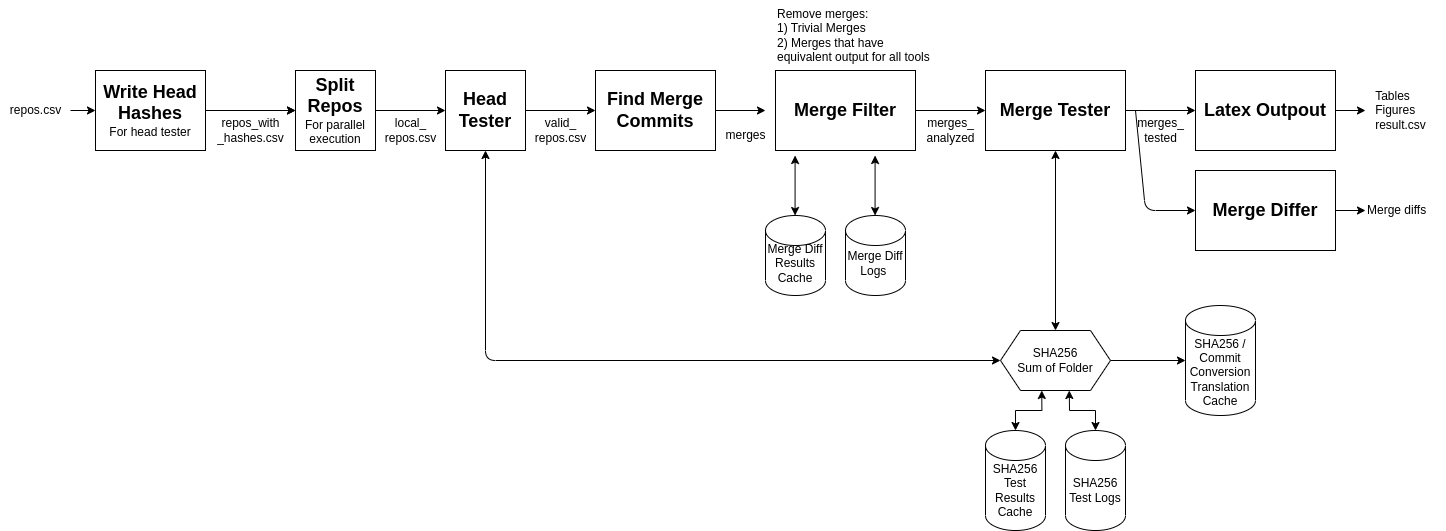
Earlier version of the draw.io export illustrations/Architecture.drawio.png (benedikt-schesch/AST-Merging-Evaluation). Source tidied: cells renumbered, new cells last; positions are measured from the earlier drawing's top-left corner, leaving out a move shared by most shapes.
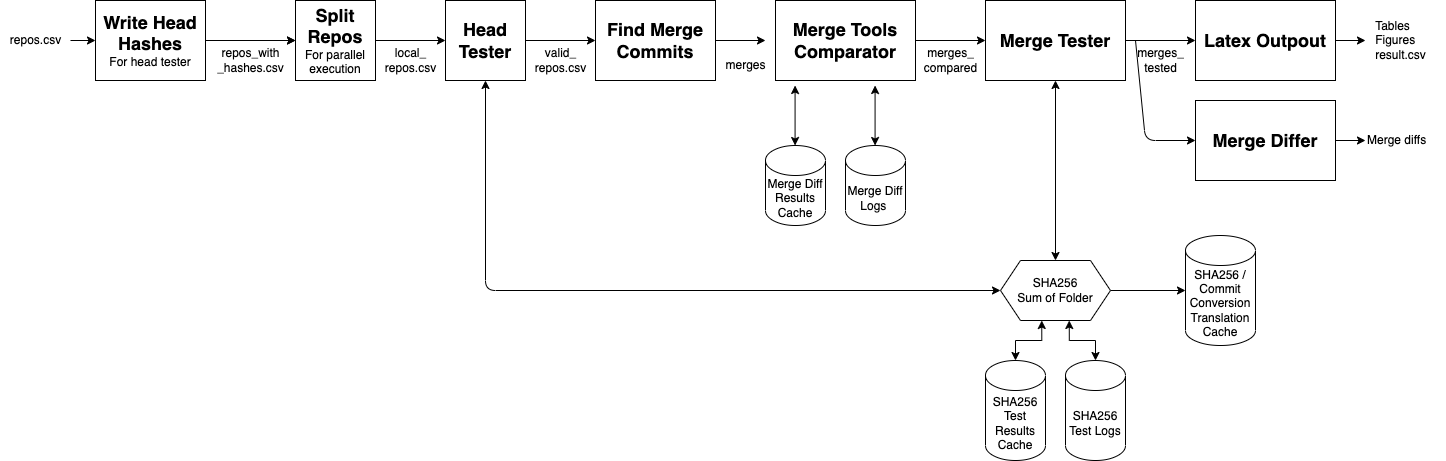
Above is the later version.

Change to the diagram source:
```diff
@@ -27,7 +27,7 @@
     <mxCell id="7" style="edgeStyle=orthogonalEdgeStyle;rounded=0;jettySize=auto;html=1;exitX=1;exitY=0.5;exitDx=0;exitDy=0;entryX=0;entryY=0.5;entryDx=0;entryDy=0;" parent="1" edge="1" source="8" target="25">
       <mxGeometry relative="1" as="geometry" />
     </mxCell>
-    <mxCell id="8" value="&lt;font style=&quot;font-size: 18px;&quot;&gt;&lt;b&gt;Merge Filter&lt;/b&gt;&lt;/font&gt;" style="rounded=0;whiteSpace=wrap;html=1;" parent="1" vertex="1">
+    <mxCell id="8" value="&lt;font style=&quot;font-size: 18px;&quot;&gt;&lt;b&gt;Merge Tools Comparator&lt;/b&gt;&lt;/font&gt;" style="rounded=0;whiteSpace=wrap;html=1;" parent="1" vertex="1">
       <mxGeometry x="775" y="70" width="140" height="80" as="geometry" />
     </mxCell>
     <mxCell id="9" value="valid_&lt;br&gt;repos.csv" style="text;html=1;align=center;verticalAlign=middle;strokeColor=none;fillColor=none;" parent="1" vertex="1">
@@ -36,8 +36,8 @@
     <mxCell id="10" value="merges" style="text;html=1;align=center;verticalAlign=middle;strokeColor=none;fillColor=none;" parent="1" vertex="1">
       <mxGeometry x="715" y="120" width="60" height="30" as="geometry" />
     </mxCell>
-    <mxCell id="11" value="merges_&lt;br&gt;analyzed" style="text;html=1;align=center;verticalAlign=middle;strokeColor=none;fillColor=none;" parent="1" vertex="1">
-      <mxGeometry x="915" y="110" width="70" height="40" as="geometry" />
+    <mxCell id="11" value="merges_&lt;br&gt;compared" style="text;html=1;align=center;verticalAlign=middle;strokeColor=none;fillColor=none;" parent="1" vertex="1">
+      <mxGeometry x="910" y="110" width="80" height="40" as="geometry" />
     </mxCell>
     <mxCell id="12" value="merges_&lt;br&gt;tested" style="text;html=1;align=center;verticalAlign=middle;strokeColor=none;fillColor=none;" parent="1" vertex="1">
       <mxGeometry x="1125" y="110" width="70" height="40" as="geometry" />
@@ -69,9 +69,6 @@
     <mxCell id="21" value="repos.csv" style="text;html=1;align=center;verticalAlign=middle;points=[];strokeColor=none;fillColor=none;" parent="1" vertex="1">
       <mxGeometry y="95" width="70" height="30" as="geometry" />
     </mxCell>
-    <mxCell id="22" value="Remove merges:&lt;br&gt;1) Trivial Merges&lt;br&gt;2) Merges that have &lt;br&gt;equivalent output for all tools" style="text;html=1;align=left;verticalAlign=middle;strokeColor=none;fillColor=none;" parent="1" vertex="1">
-      <mxGeometry x="775" width="180" height="70" as="geometry" />
-    </mxCell>
     <mxCell id="23" style="edgeStyle=orthogonalEdgeStyle;rounded=0;jettySize=auto;html=1;exitX=1;exitY=0.5;exitDx=0;exitDy=0;entryX=0;entryY=0.5;entryDx=0;entryDy=0;" parent="1" edge="1" source="25" target="27">
       <mxGeometry relative="1" as="geometry" />
     </mxCell>
```
